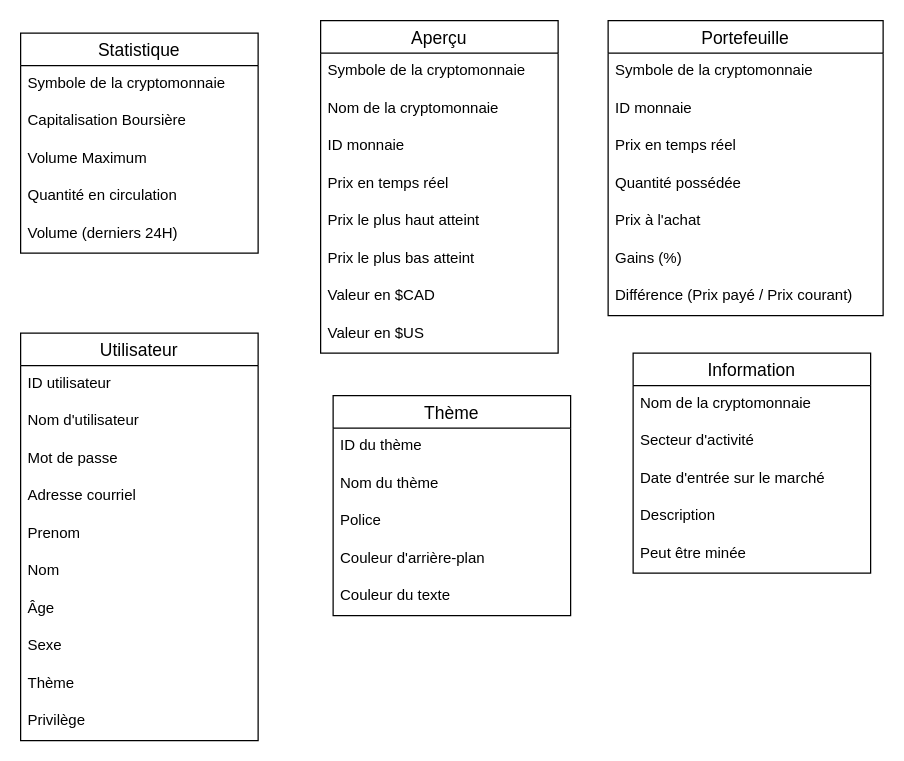
Before: Untitled Diagram.drawio in matreurai/GLO-2005, a draw.io diagram. Source tidied: cells renumbered, new cells numbered last; positions are measured from the earlier drawing's top-left corner, leaving out a move shared by most shapes. Both pictures are drawn from the tidied source at 125%, with x=0, y=0 at pixel (20, 20).
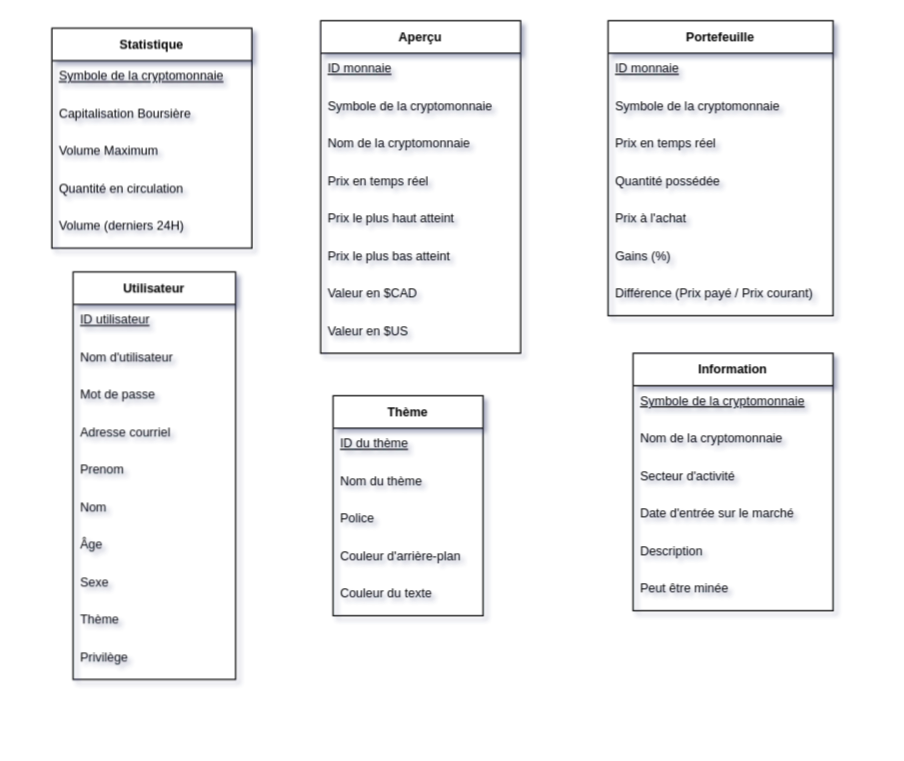
After the change.

Diff of the diagram source:
```diff
@@
-<mxGraphModel>
+<mxGraphModel shadow="1">
@@
-    <mxCell id="2" value="Statistique" style="swimlane;fontStyle=0;horizontal=1;startSize=26;align=center;fontSize=14;" parent="1" vertex="1">
-      <mxGeometry y="10" width="190" height="176" as="geometry" />
+    <mxCell id="2" value="Statistique" style="swimlane;fontStyle=1;horizontal=1;startSize=26;align=center;fontSize=10;" parent="1" vertex="1">
+      <mxGeometry x="25" y="6" width="160" height="176" as="geometry" />
     </mxCell>
-    <mxCell id="3" value="Symbole de la cryptomonnaie" style="text;strokeColor=none;fillColor=none;spacingLeft=4;spacingRight=4;overflow=hidden;fontSize=12;" parent="2" vertex="1">
-      <mxGeometry y="26" width="190" height="30" as="geometry" />
+    <mxCell id="3" value="Symbole de la cryptomonnaie" style="text;strokeColor=none;fillColor=none;spacingLeft=4;spacingRight=4;overflow=hidden;fontSize=10;fontStyle=4;" parent="2" vertex="1">
+      <mxGeometry y="26" width="160" height="30" as="geometry" />
     </mxCell>
-    <mxCell id="4" value="Capitalisation Boursière" style="text;strokeColor=none;fillColor=none;spacingLeft=4;spacingRight=4;overflow=hidden;fontSize=12;" parent="2" vertex="1">
-      <mxGeometry y="56" width="190" height="30" as="geometry" />
+    <mxCell id="4" value="Capitalisation Boursière" style="text;strokeColor=none;fillColor=none;spacingLeft=4;spacingRight=4;overflow=hidden;fontSize=10;" parent="2" vertex="1">
+      <mxGeometry y="56" width="160" height="30" as="geometry" />
     </mxCell>
-    <mxCell id="5" value="Volume Maximum" style="text;strokeColor=none;fillColor=none;spacingLeft=4;spacingRight=4;overflow=hidden;fontSize=12;" parent="2" vertex="1">
-      <mxGeometry y="86" width="190" height="30" as="geometry" />
+    <mxCell id="5" value="Volume Maximum" style="text;strokeColor=none;fillColor=none;spacingLeft=4;spacingRight=4;overflow=hidden;fontSize=10;" parent="2" vertex="1">
+      <mxGeometry y="86" width="160" height="30" as="geometry" />
     </mxCell>
-    <mxCell id="6" value="Quantité en circulation" style="text;strokeColor=none;fillColor=none;spacingLeft=4;spacingRight=4;overflow=hidden;fontSize=12;" parent="2" vertex="1">
-      <mxGeometry y="116" width="190" height="30" as="geometry" />
+    <mxCell id="6" value="Quantité en circulation" style="text;strokeColor=none;fillColor=none;spacingLeft=4;spacingRight=4;overflow=hidden;fontSize=10;" parent="2" vertex="1">
+      <mxGeometry y="116" width="160" height="30" as="geometry" />
     </mxCell>
-    <mxCell id="7" value="Volume (derniers 24H)" style="text;strokeColor=none;fillColor=none;spacingLeft=4;spacingRight=4;overflow=hidden;fontSize=12;" parent="2" vertex="1">
-      <mxGeometry y="146" width="190" height="30" as="geometry" />
+    <mxCell id="7" value="Volume (derniers 24H)" style="text;strokeColor=none;fillColor=none;spacingLeft=4;spacingRight=4;overflow=hidden;fontSize=10;" parent="2" vertex="1">
+      <mxGeometry y="146" width="160" height="30" as="geometry" />
     </mxCell>
-    <mxCell id="8" value="Aperçu" style="swimlane;fontStyle=0;horizontal=1;startSize=26;align=center;fontSize=14;" parent="1" vertex="1">
-      <mxGeometry x="240" width="190" height="266" as="geometry" />
+    <mxCell id="8" value="Aperçu" style="swimlane;fontStyle=1;horizontal=1;startSize=26;align=center;fontSize=10;" parent="1" vertex="1">
+      <mxGeometry x="240" width="160" height="266" as="geometry" />
     </mxCell>
+    <mxCell id="11" value="ID monnaie" style="text;strokeColor=none;fillColor=none;spacingLeft=4;spacingRight=4;overflow=hidden;fontSize=10;fontStyle=4;" parent="8" vertex="1">
+      <mxGeometry y="26" width="160" height="30" as="geometry" />
+    </mxCell>
-    <mxCell id="9" value="Symbole de la cryptomonnaie" style="text;strokeColor=none;fillColor=none;spacingLeft=4;spacingRight=4;overflow=hidden;fontSize=12;" parent="8" vertex="1">
-      <mxGeometry y="26" width="190" height="30" as="geometry" />
+    <mxCell id="9" value="Symbole de la cryptomonnaie" style="text;strokeColor=none;fillColor=none;spacingLeft=4;spacingRight=4;overflow=hidden;fontSize=10;fontStyle=0;" parent="8" vertex="1">
+      <mxGeometry y="56" width="160" height="30" as="geometry" />
     </mxCell>
-    <mxCell id="10" value="Nom de la cryptomonnaie" style="text;strokeColor=none;fillColor=none;spacingLeft=4;spacingRight=4;overflow=hidden;fontSize=12;" parent="8" vertex="1">
-      <mxGeometry y="56" width="190" height="30" as="geometry" />
+    <mxCell id="10" value="Nom de la cryptomonnaie" style="text;strokeColor=none;fillColor=none;spacingLeft=4;spacingRight=4;overflow=hidden;fontSize=10;" parent="8" vertex="1">
+      <mxGeometry y="86" width="160" height="30" as="geometry" />
     </mxCell>
-    <mxCell id="11" value="ID monnaie" style="text;strokeColor=none;fillColor=none;spacingLeft=4;spacingRight=4;overflow=hidden;fontSize=12;" parent="8" vertex="1">
-      <mxGeometry y="86" width="190" height="30" as="geometry" />
-    </mxCell>
-    <mxCell id="12" value="Prix en temps réel" style="text;strokeColor=none;fillColor=none;spacingLeft=4;spacingRight=4;overflow=hidden;fontSize=12;" parent="8" vertex="1">
-      <mxGeometry y="116" width="190" height="30" as="geometry" />
+    <mxCell id="12" value="Prix en temps réel" style="text;strokeColor=none;fillColor=none;spacingLeft=4;spacingRight=4;overflow=hidden;fontSize=10;" parent="8" vertex="1">
+      <mxGeometry y="116" width="160" height="30" as="geometry" />
     </mxCell>
-    <mxCell id="13" value="Prix le plus haut atteint" style="text;strokeColor=none;fillColor=none;spacingLeft=4;spacingRight=4;overflow=hidden;fontSize=12;" parent="8" vertex="1">
-      <mxGeometry y="146" width="190" height="30" as="geometry" />
+    <mxCell id="13" value="Prix le plus haut atteint" style="text;strokeColor=none;fillColor=none;spacingLeft=4;spacingRight=4;overflow=hidden;fontSize=10;" parent="8" vertex="1">
+      <mxGeometry y="146" width="160" height="30" as="geometry" />
     </mxCell>
-    <mxCell id="14" value="Prix le plus bas atteint" style="text;strokeColor=none;fillColor=none;spacingLeft=4;spacingRight=4;overflow=hidden;fontSize=12;" parent="8" vertex="1">
-      <mxGeometry y="176" width="190" height="30" as="geometry" />
+    <mxCell id="14" value="Prix le plus bas atteint" style="text;strokeColor=none;fillColor=none;spacingLeft=4;spacingRight=4;overflow=hidden;fontSize=10;" parent="8" vertex="1">
+      <mxGeometry y="176" width="160" height="30" as="geometry" />
     </mxCell>
-    <mxCell id="15" value="Valeur en $CAD" style="text;strokeColor=none;fillColor=none;spacingLeft=4;spacingRight=4;overflow=hidden;fontSize=12;" parent="8" vertex="1">
-      <mxGeometry y="206" width="190" height="30" as="geometry" />
+    <mxCell id="15" value="Valeur en $CAD" style="text;strokeColor=none;fillColor=none;spacingLeft=4;spacingRight=4;overflow=hidden;fontSize=10;" parent="8" vertex="1">
+      <mxGeometry y="206" width="160" height="30" as="geometry" />
     </mxCell>
-    <mxCell id="16" value="Valeur en $US" style="text;strokeColor=none;fillColor=none;spacingLeft=4;spacingRight=4;overflow=hidden;fontSize=12;" parent="8" vertex="1">
-      <mxGeometry y="236" width="190" height="30" as="geometry" />
+    <mxCell id="16" value="Valeur en $US" style="text;strokeColor=none;fillColor=none;spacingLeft=4;spacingRight=4;overflow=hidden;fontSize=10;" parent="8" vertex="1">
+      <mxGeometry y="236" width="160" height="30" as="geometry" />
     </mxCell>
-    <mxCell id="17" value="Portefeuille" style="swimlane;fontStyle=0;horizontal=1;startSize=26;align=center;fontSize=14;" parent="1" vertex="1">
-      <mxGeometry x="470" width="220" height="236" as="geometry" />
+    <mxCell id="17" value="Portefeuille" style="swimlane;fontStyle=1;horizontal=1;startSize=26;align=center;fontSize=10;" parent="1" vertex="1">
+      <mxGeometry x="470" width="180" height="236" as="geometry" />
     </mxCell>
+    <mxCell id="19" value="ID monnaie" style="text;strokeColor=none;fillColor=none;spacingLeft=4;spacingRight=4;overflow=hidden;fontSize=10;fontStyle=4;" parent="17" vertex="1">
+      <mxGeometry y="26" width="180" height="30" as="geometry" />
+    </mxCell>
-    <mxCell id="18" value="Symbole de la cryptomonnaie" style="text;strokeColor=none;fillColor=none;spacingLeft=4;spacingRight=4;overflow=hidden;fontSize=12;" parent="17" vertex="1">
-      <mxGeometry y="26" width="220" height="30" as="geometry" />
+    <mxCell id="18" value="Symbole de la cryptomonnaie" style="text;strokeColor=none;fillColor=none;spacingLeft=4;spacingRight=4;overflow=hidden;fontSize=10;" parent="17" vertex="1">
+      <mxGeometry y="56" width="180" height="30" as="geometry" />
     </mxCell>
-    <mxCell id="19" value="ID monnaie" style="text;strokeColor=none;fillColor=none;spacingLeft=4;spacingRight=4;overflow=hidden;fontSize=12;" parent="17" vertex="1">
-      <mxGeometry y="56" width="220" height="30" as="geometry" />
-    </mxCell>
-    <mxCell id="20" value="Prix en temps réel" style="text;strokeColor=none;fillColor=none;spacingLeft=4;spacingRight=4;overflow=hidden;fontSize=12;" parent="17" vertex="1">
-      <mxGeometry y="86" width="220" height="30" as="geometry" />
+    <mxCell id="20" value="Prix en temps réel" style="text;strokeColor=none;fillColor=none;spacingLeft=4;spacingRight=4;overflow=hidden;fontSize=10;" parent="17" vertex="1">
+      <mxGeometry y="86" width="180" height="30" as="geometry" />
     </mxCell>
-    <mxCell id="21" value="Quantité possédée" style="text;strokeColor=none;fillColor=none;spacingLeft=4;spacingRight=4;overflow=hidden;fontSize=12;" parent="17" vertex="1">
-      <mxGeometry y="116" width="220" height="30" as="geometry" />
+    <mxCell id="21" value="Quantité possédée" style="text;strokeColor=none;fillColor=none;spacingLeft=4;spacingRight=4;overflow=hidden;fontSize=10;" parent="17" vertex="1">
+      <mxGeometry y="116" width="180" height="30" as="geometry" />
     </mxCell>
-    <mxCell id="22" value="Prix à l'achat" style="text;strokeColor=none;fillColor=none;spacingLeft=4;spacingRight=4;overflow=hidden;fontSize=12;" parent="17" vertex="1">
-      <mxGeometry y="146" width="220" height="30" as="geometry" />
+    <mxCell id="22" value="Prix à l'achat" style="text;strokeColor=none;fillColor=none;spacingLeft=4;spacingRight=4;overflow=hidden;fontSize=10;" parent="17" vertex="1">
+      <mxGeometry y="146" width="180" height="30" as="geometry" />
     </mxCell>
-    <mxCell id="23" value="Gains (%)" style="text;strokeColor=none;fillColor=none;spacingLeft=4;spacingRight=4;overflow=hidden;fontSize=12;" parent="17" vertex="1">
-      <mxGeometry y="176" width="220" height="30" as="geometry" />
+    <mxCell id="23" value="Gains (%)" style="text;strokeColor=none;fillColor=none;spacingLeft=4;spacingRight=4;overflow=hidden;fontSize=10;" parent="17" vertex="1">
+      <mxGeometry y="176" width="180" height="30" as="geometry" />
     </mxCell>
-    <mxCell id="24" value="Différence (Prix payé / Prix courant)" style="text;strokeColor=none;fillColor=none;spacingLeft=4;spacingRight=4;overflow=hidden;fontSize=12;" parent="17" vertex="1">
-      <mxGeometry y="206" width="220" height="30" as="geometry" />
+    <mxCell id="24" value="Différence (Prix payé / Prix courant)" style="text;strokeColor=none;fillColor=none;spacingLeft=4;spacingRight=4;overflow=hidden;fontSize=10;" parent="17" vertex="1">
+      <mxGeometry y="206" width="180" height="30" as="geometry" />
     </mxCell>
-    <mxCell id="25" value="Utilisateur" style="swimlane;fontStyle=0;horizontal=1;startSize=26;align=center;fontSize=14;" parent="1" vertex="1">
-      <mxGeometry y="250" width="190" height="326" as="geometry" />
+    <mxCell id="25" value="Utilisateur" style="swimlane;fontStyle=1;horizontal=1;startSize=26;align=center;fontSize=10;" parent="1" vertex="1">
+      <mxGeometry x="42" y="201" width="130" height="326" as="geometry" />
     </mxCell>
-    <mxCell id="26" value="ID utilisateur" style="text;strokeColor=none;fillColor=none;spacingLeft=4;spacingRight=4;overflow=hidden;fontSize=12;" parent="25" vertex="1">
-      <mxGeometry y="26" width="190" height="30" as="geometry" />
+    <mxCell id="26" value="ID utilisateur" style="text;strokeColor=none;fillColor=none;spacingLeft=4;spacingRight=4;overflow=hidden;fontSize=10;fontStyle=4;" parent="25" vertex="1">
+      <mxGeometry y="26" width="130" height="30" as="geometry" />
     </mxCell>
-    <mxCell id="27" value="Nom d'utilisateur" style="text;strokeColor=none;fillColor=none;spacingLeft=4;spacingRight=4;overflow=hidden;fontSize=12;" parent="25" vertex="1">
-      <mxGeometry y="56" width="190" height="30" as="geometry" />
+    <mxCell id="27" value="Nom d'utilisateur" style="text;strokeColor=none;fillColor=none;spacingLeft=4;spacingRight=4;overflow=hidden;fontSize=10;" parent="25" vertex="1">
+      <mxGeometry y="56" width="130" height="30" as="geometry" />
     </mxCell>
-    <mxCell id="28" value="Mot de passe" style="text;strokeColor=none;fillColor=none;spacingLeft=4;spacingRight=4;overflow=hidden;fontSize=12;" parent="25" vertex="1">
-      <mxGeometry y="86" width="190" height="30" as="geometry" />
+    <mxCell id="28" value="Mot de passe" style="text;strokeColor=none;fillColor=none;spacingLeft=4;spacingRight=4;overflow=hidden;fontSize=10;" parent="25" vertex="1">
+      <mxGeometry y="86" width="130" height="30" as="geometry" />
     </mxCell>
-    <mxCell id="29" value="Adresse courriel" style="text;strokeColor=none;fillColor=none;spacingLeft=4;spacingRight=4;overflow=hidden;fontSize=12;" parent="25" vertex="1">
-      <mxGeometry y="116" width="190" height="30" as="geometry" />
+    <mxCell id="29" value="Adresse courriel" style="text;strokeColor=none;fillColor=none;spacingLeft=4;spacingRight=4;overflow=hidden;fontSize=10;" parent="25" vertex="1">
+      <mxGeometry y="116" width="130" height="30" as="geometry" />
     </mxCell>
-    <mxCell id="30" value="Prenom" style="text;strokeColor=none;fillColor=none;spacingLeft=4;spacingRight=4;overflow=hidden;fontSize=12;" parent="25" vertex="1">
-      <mxGeometry y="146" width="190" height="30" as="geometry" />
+    <mxCell id="30" value="Prenom" style="text;strokeColor=none;fillColor=none;spacingLeft=4;spacingRight=4;overflow=hidden;fontSize=10;" parent="25" vertex="1">
+      <mxGeometry y="146" width="130" height="30" as="geometry" />
     </mxCell>
-    <mxCell id="31" value="Nom" style="text;strokeColor=none;fillColor=none;spacingLeft=4;spacingRight=4;overflow=hidden;fontSize=12;" parent="25" vertex="1">
-      <mxGeometry y="176" width="190" height="30" as="geometry" />
+    <mxCell id="31" value="Nom" style="text;strokeColor=none;fillColor=none;spacingLeft=4;spacingRight=4;overflow=hidden;fontSize=10;" parent="25" vertex="1">
+      <mxGeometry y="176" width="130" height="30" as="geometry" />
     </mxCell>
-    <mxCell id="32" value="Âge" style="text;strokeColor=none;fillColor=none;spacingLeft=4;spacingRight=4;overflow=hidden;fontSize=12;" parent="25" vertex="1">
-      <mxGeometry y="206" width="190" height="30" as="geometry" />
+    <mxCell id="32" value="Âge" style="text;strokeColor=none;fillColor=none;spacingLeft=4;spacingRight=4;overflow=hidden;fontSize=10;" parent="25" vertex="1">
+      <mxGeometry y="206" width="130" height="30" as="geometry" />
     </mxCell>
-    <mxCell id="33" value="Sexe" style="text;strokeColor=none;fillColor=none;spacingLeft=4;spacingRight=4;overflow=hidden;fontSize=12;" parent="25" vertex="1">
-      <mxGeometry y="236" width="190" height="30" as="geometry" />
+    <mxCell id="33" value="Sexe" style="text;strokeColor=none;fillColor=none;spacingLeft=4;spacingRight=4;overflow=hidden;fontSize=10;" parent="25" vertex="1">
+      <mxGeometry y="236" width="130" height="30" as="geometry" />
     </mxCell>
-    <mxCell id="34" value="Thème" style="text;strokeColor=none;fillColor=none;spacingLeft=4;spacingRight=4;overflow=hidden;fontSize=12;" parent="25" vertex="1">
-      <mxGeometry y="266" width="190" height="30" as="geometry" />
+    <mxCell id="34" value="Thème" style="text;strokeColor=none;fillColor=none;spacingLeft=4;spacingRight=4;overflow=hidden;fontSize=10;" parent="25" vertex="1">
+      <mxGeometry y="266" width="130" height="30" as="geometry" />
     </mxCell>
-    <mxCell id="35" value="Privilège" style="text;strokeColor=none;fillColor=none;spacingLeft=4;spacingRight=4;overflow=hidden;fontSize=12;" parent="25" vertex="1">
-      <mxGeometry y="296" width="190" height="30" as="geometry" />
+    <mxCell id="35" value="Privilège" style="text;strokeColor=none;fillColor=none;spacingLeft=4;spacingRight=4;overflow=hidden;fontSize=10;" parent="25" vertex="1">
+      <mxGeometry y="296" width="130" height="30" as="geometry" />
     </mxCell>
-    <mxCell id="36" value="Information" style="swimlane;fontStyle=0;horizontal=1;startSize=26;align=center;fontSize=14;" parent="1" vertex="1">
-      <mxGeometry x="490" y="266" width="190" height="176" as="geometry" />
+    <mxCell id="36" value="Information" style="swimlane;fontStyle=1;horizontal=1;startSize=26;align=center;fontSize=10;" parent="1" vertex="1">
+      <mxGeometry x="490" y="266" width="160" height="206" as="geometry" />
     </mxCell>
+    <mxCell id="48" value="Symbole de la cryptomonnaie" style="text;strokeColor=none;fillColor=none;spacingLeft=4;spacingRight=4;overflow=hidden;fontSize=10;fontStyle=4;" parent="36" vertex="1">
+      <mxGeometry y="26" width="160" height="30" as="geometry" />
+    </mxCell>
-    <mxCell id="37" value="Nom de la cryptomonnaie" style="text;strokeColor=none;fillColor=none;spacingLeft=4;spacingRight=4;overflow=hidden;fontSize=12;" parent="36" vertex="1">
-      <mxGeometry y="26" width="190" height="30" as="geometry" />
+    <mxCell id="37" value="Nom de la cryptomonnaie" style="text;strokeColor=none;fillColor=none;spacingLeft=4;spacingRight=4;overflow=hidden;fontSize=10;" parent="36" vertex="1">
+      <mxGeometry y="56" width="160" height="30" as="geometry" />
     </mxCell>
-    <mxCell id="38" value="Secteur d'activité" style="text;strokeColor=none;fillColor=none;spacingLeft=4;spacingRight=4;overflow=hidden;fontSize=12;" parent="36" vertex="1">
-      <mxGeometry y="56" width="190" height="30" as="geometry" />
+    <mxCell id="38" value="Secteur d'activité" style="text;strokeColor=none;fillColor=none;spacingLeft=4;spacingRight=4;overflow=hidden;fontSize=10;" parent="36" vertex="1">
+      <mxGeometry y="86" width="160" height="30" as="geometry" />
     </mxCell>
-    <mxCell id="39" value="Date d'entrée sur le marché" style="text;strokeColor=none;fillColor=none;spacingLeft=4;spacingRight=4;overflow=hidden;fontSize=12;" parent="36" vertex="1">
-      <mxGeometry y="86" width="190" height="30" as="geometry" />
+    <mxCell id="39" value="Date d'entrée sur le marché" style="text;strokeColor=none;fillColor=none;spacingLeft=4;spacingRight=4;overflow=hidden;fontSize=10;" parent="36" vertex="1">
+      <mxGeometry y="116" width="160" height="30" as="geometry" />
     </mxCell>
-    <mxCell id="40" value="Description" style="text;strokeColor=none;fillColor=none;spacingLeft=4;spacingRight=4;overflow=hidden;fontSize=12;" parent="36" vertex="1">
-      <mxGeometry y="116" width="190" height="30" as="geometry" />
+    <mxCell id="40" value="Description" style="text;strokeColor=none;fillColor=none;spacingLeft=4;spacingRight=4;overflow=hidden;fontSize=10;" parent="36" vertex="1">
+      <mxGeometry y="146" width="160" height="30" as="geometry" />
     </mxCell>
-    <mxCell id="41" value="Peut être minée" style="text;strokeColor=none;fillColor=none;spacingLeft=4;spacingRight=4;overflow=hidden;fontSize=12;" parent="36" vertex="1">
-      <mxGeometry y="146" width="190" height="30" as="geometry" />
+    <mxCell id="41" value="Peut être minée" style="text;strokeColor=none;fillColor=none;spacingLeft=4;spacingRight=4;overflow=hidden;fontSize=10;" parent="36" vertex="1">
+      <mxGeometry y="176" width="160" height="30" as="geometry" />
     </mxCell>
-    <mxCell id="42" value="Thème" style="swimlane;fontStyle=0;horizontal=1;startSize=26;align=center;fontSize=14;" parent="1" vertex="1">
-      <mxGeometry x="250" y="300" width="190" height="176" as="geometry" />
+    <mxCell id="42" value="Thème" style="swimlane;fontStyle=1;horizontal=1;startSize=26;align=center;fontSize=10;" parent="1" vertex="1">
+      <mxGeometry x="250" y="300" width="120" height="176" as="geometry" />
     </mxCell>
-    <mxCell id="43" value="ID du thème" style="text;strokeColor=none;fillColor=none;spacingLeft=4;spacingRight=4;overflow=hidden;fontSize=12;" parent="42" vertex="1">
-      <mxGeometry y="26" width="190" height="30" as="geometry" />
+    <mxCell id="43" value="ID du thème" style="text;strokeColor=none;fillColor=none;spacingLeft=4;spacingRight=4;overflow=hidden;fontSize=10;fontStyle=4;" parent="42" vertex="1">
+      <mxGeometry y="26" width="120" height="30" as="geometry" />
     </mxCell>
-    <mxCell id="44" value="Nom du thème" style="text;strokeColor=none;fillColor=none;spacingLeft=4;spacingRight=4;overflow=hidden;fontSize=12;" parent="42" vertex="1">
-      <mxGeometry y="56" width="190" height="30" as="geometry" />
+    <mxCell id="44" value="Nom du thème" style="text;strokeColor=none;fillColor=none;spacingLeft=4;spacingRight=4;overflow=hidden;fontSize=10;" parent="42" vertex="1">
+      <mxGeometry y="56" width="120" height="30" as="geometry" />
     </mxCell>
-    <mxCell id="45" value="Police" style="text;strokeColor=none;fillColor=none;spacingLeft=4;spacingRight=4;overflow=hidden;fontSize=12;" parent="42" vertex="1">
-      <mxGeometry y="86" width="190" height="30" as="geometry" />
+    <mxCell id="45" value="Police" style="text;strokeColor=none;fillColor=none;spacingLeft=4;spacingRight=4;overflow=hidden;fontSize=10;" parent="42" vertex="1">
+      <mxGeometry y="86" width="120" height="30" as="geometry" />
     </mxCell>
-    <mxCell id="46" value="Couleur d'arrière-plan" style="text;strokeColor=none;fillColor=none;spacingLeft=4;spacingRight=4;overflow=hidden;fontSize=12;" parent="42" vertex="1">
-      <mxGeometry y="116" width="190" height="30" as="geometry" />
+    <mxCell id="46" value="Couleur d'arrière-plan" style="text;strokeColor=none;fillColor=none;spacingLeft=4;spacingRight=4;overflow=hidden;fontSize=10;" parent="42" vertex="1">
+      <mxGeometry y="116" width="120" height="30" as="geometry" />
     </mxCell>
-    <mxCell id="47" value="Couleur du texte" style="text;strokeColor=none;fillColor=none;spacingLeft=4;spacingRight=4;overflow=hidden;fontSize=12;" parent="42" vertex="1">
-      <mxGeometry y="146" width="190" height="30" as="geometry" />
+    <mxCell id="47" value="Couleur du texte" style="text;strokeColor=none;fillColor=none;spacingLeft=4;spacingRight=4;overflow=hidden;fontSize=10;" parent="42" vertex="1">
+      <mxGeometry y="146" width="120" height="30" as="geometry" />
     </mxCell>
```
